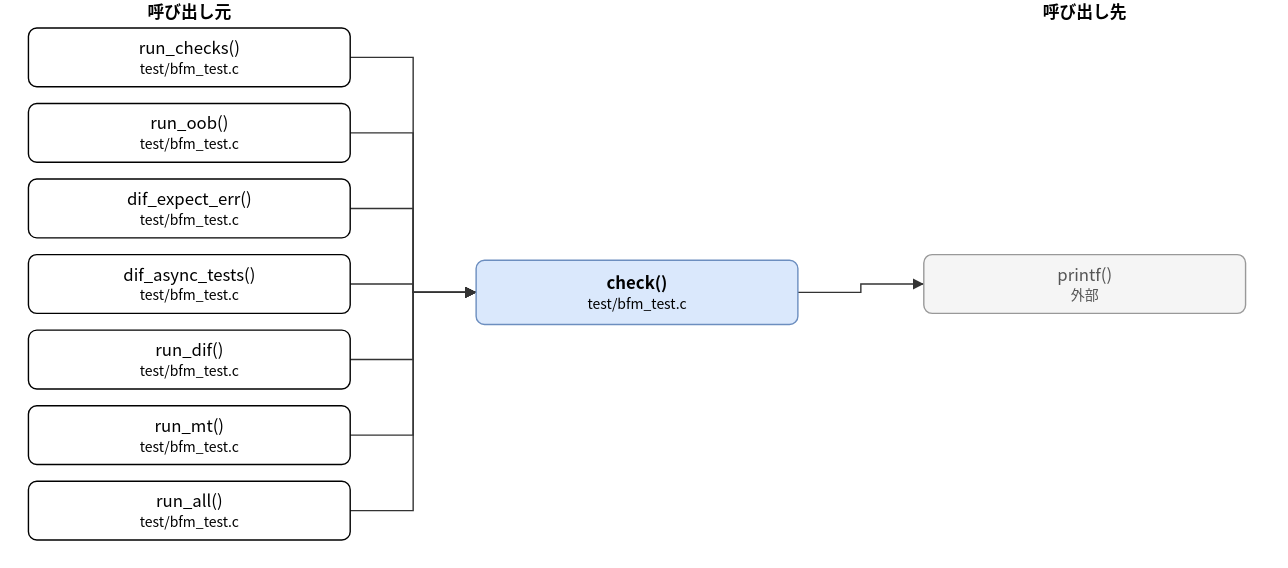
The draw.io diagram doc/spec/images/call_test_bfm_test-check.drawio.svg in hf355051012-ai/bfmem, before a commit. Source tidied: cells renumbered, new cells last; positions are measured from the earlier drawing's top-left corner, leaving out a move shared by most shapes.
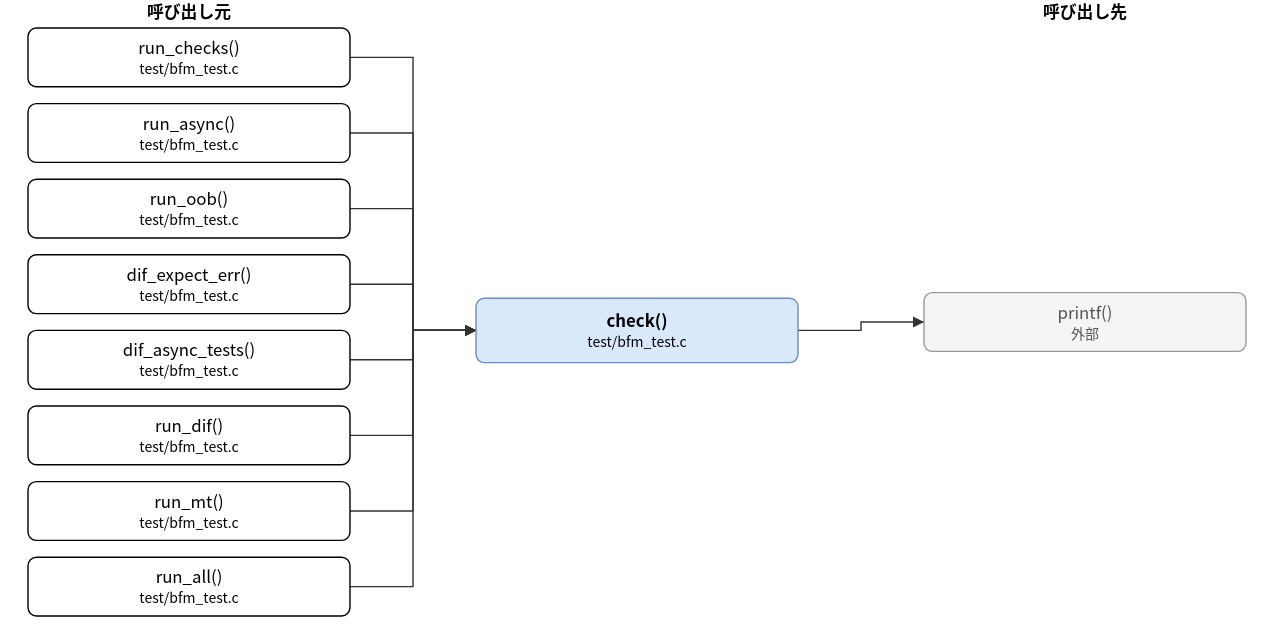
Above is the later version.

Change to the diagram source:
```diff
@@ -3,37 +3,40 @@
     <mxCell id="0" />
     <mxCell id="1" parent="0" />
     <mxCell id="2" value="check()&lt;br&gt;&lt;font style=&quot;font-size:10px&quot;&gt;test/bfm_test.c&lt;/font&gt;" style="rounded=1;whiteSpace=wrap;html=1;fillColor=#dae8fc;strokeColor=#6c8ebf;fontStyle=1;" parent="1" vertex="1">
-      <mxGeometry x="320" y="186" width="230" height="46" as="geometry" />
+      <mxGeometry x="320" y="213" width="230" height="46" as="geometry" />
     </mxCell>
     <mxCell id="3" value="run_checks()&lt;br&gt;&lt;font style=&quot;font-size:10px&quot;&gt;test/bfm_test.c&lt;/font&gt;" style="rounded=1;whiteSpace=wrap;html=1;" parent="1" vertex="1">
       <mxGeometry y="20" width="230" height="42" as="geometry" />
     </mxCell>
-    <mxCell id="4" value="run_oob()&lt;br&gt;&lt;font style=&quot;font-size:10px&quot;&gt;test/bfm_test.c&lt;/font&gt;" style="rounded=1;whiteSpace=wrap;html=1;" parent="1" vertex="1">
+    <mxCell id="4" value="run_async()&lt;br&gt;&lt;font style=&quot;font-size:10px&quot;&gt;test/bfm_test.c&lt;/font&gt;" style="rounded=1;whiteSpace=wrap;html=1;" parent="1" vertex="1">
       <mxGeometry y="74" width="230" height="42" as="geometry" />
     </mxCell>
-    <mxCell id="5" value="dif_expect_err()&lt;br&gt;&lt;font style=&quot;font-size:10px&quot;&gt;test/bfm_test.c&lt;/font&gt;" style="rounded=1;whiteSpace=wrap;html=1;" parent="1" vertex="1">
+    <mxCell id="5" value="run_oob()&lt;br&gt;&lt;font style=&quot;font-size:10px&quot;&gt;test/bfm_test.c&lt;/font&gt;" style="rounded=1;whiteSpace=wrap;html=1;" parent="1" vertex="1">
       <mxGeometry y="128" width="230" height="42" as="geometry" />
     </mxCell>
-    <mxCell id="6" value="dif_async_tests()&lt;br&gt;&lt;font style=&quot;font-size:10px&quot;&gt;test/bfm_test.c&lt;/font&gt;" style="rounded=1;whiteSpace=wrap;html=1;" parent="1" vertex="1">
+    <mxCell id="6" value="dif_expect_err()&lt;br&gt;&lt;font style=&quot;font-size:10px&quot;&gt;test/bfm_test.c&lt;/font&gt;" style="rounded=1;whiteSpace=wrap;html=1;" parent="1" vertex="1">
       <mxGeometry y="182" width="230" height="42" as="geometry" />
     </mxCell>
-    <mxCell id="7" value="run_dif()&lt;br&gt;&lt;font style=&quot;font-size:10px&quot;&gt;test/bfm_test.c&lt;/font&gt;" style="rounded=1;whiteSpace=wrap;html=1;" parent="1" vertex="1">
+    <mxCell id="7" value="dif_async_tests()&lt;br&gt;&lt;font style=&quot;font-size:10px&quot;&gt;test/bfm_test.c&lt;/font&gt;" style="rounded=1;whiteSpace=wrap;html=1;" parent="1" vertex="1">
       <mxGeometry y="236" width="230" height="42" as="geometry" />
     </mxCell>
-    <mxCell id="8" value="run_mt()&lt;br&gt;&lt;font style=&quot;font-size:10px&quot;&gt;test/bfm_test.c&lt;/font&gt;" style="rounded=1;whiteSpace=wrap;html=1;" parent="1" vertex="1">
+    <mxCell id="8" value="run_dif()&lt;br&gt;&lt;font style=&quot;font-size:10px&quot;&gt;test/bfm_test.c&lt;/font&gt;" style="rounded=1;whiteSpace=wrap;html=1;" parent="1" vertex="1">
       <mxGeometry y="290" width="230" height="42" as="geometry" />
     </mxCell>
-    <mxCell id="9" value="run_all()&lt;br&gt;&lt;font style=&quot;font-size:10px&quot;&gt;test/bfm_test.c&lt;/font&gt;" style="rounded=1;whiteSpace=wrap;html=1;" parent="1" vertex="1">
+    <mxCell id="9" value="run_mt()&lt;br&gt;&lt;font style=&quot;font-size:10px&quot;&gt;test/bfm_test.c&lt;/font&gt;" style="rounded=1;whiteSpace=wrap;html=1;" parent="1" vertex="1">
       <mxGeometry y="344" width="230" height="42" as="geometry" />
     </mxCell>
+    <mxCell id="21" value="run_all()&lt;br&gt;&lt;font style=&quot;font-size:10px&quot;&gt;test/bfm_test.c&lt;/font&gt;" style="rounded=1;whiteSpace=wrap;html=1;" parent="1" vertex="1">
+      <mxGeometry y="398" width="230" height="42" as="geometry" />
+    </mxCell>
     <mxCell id="10" value="printf()&lt;br&gt;&lt;font style=&quot;font-size:10px&quot;&gt;外部&lt;/font&gt;" style="rounded=1;whiteSpace=wrap;html=1;fillColor=#f5f5f5;strokeColor=#999999;fontColor=#555555;" parent="1" vertex="1">
-      <mxGeometry x="640" y="182" width="230" height="42" as="geometry" />
+      <mxGeometry x="640" y="209" width="230" height="42" as="geometry" />
     </mxCell>
     <mxCell id="11" style="edgeStyle=none;html=1;rounded=0;endArrow=block;endFill=1;exitX=1.0000;exitY=0.5000;exitDx=0;exitDy=0;exitPerimeter=0;entryX=0.0000;entryY=0.5000;entryDx=0;entryDy=0;entryPerimeter=0;" parent="1" edge="1" source="3" target="2">
       <mxGeometry relative="1" as="geometry">
         <Array as="points">
           <mxPoint x="275" y="41" />
-          <mxPoint x="275" y="209" />
+          <mxPoint x="275" y="236" />
         </Array>
       </mxGeometry>
     </mxCell>
@@ -41,7 +44,7 @@
       <mxGeometry relative="1" as="geometry">
         <Array as="points">
           <mxPoint x="275" y="95" />
-          <mxPoint x="275" y="209" />
+          <mxPoint x="275" y="236" />
         </Array>
       </mxGeometry>
     </mxCell>
@@ -49,7 +52,7 @@
       <mxGeometry relative="1" as="geometry">
         <Array as="points">
           <mxPoint x="275" y="149" />
-          <mxPoint x="275" y="209" />
+          <mxPoint x="275" y="236" />
         </Array>
       </mxGeometry>
     </mxCell>
@@ -57,7 +60,7 @@
       <mxGeometry relative="1" as="geometry">
         <Array as="points">
           <mxPoint x="275" y="203" />
-          <mxPoint x="275" y="209" />
+          <mxPoint x="275" y="236" />
         </Array>
       </mxGeometry>
     </mxCell>
@@ -65,7 +68,7 @@
       <mxGeometry relative="1" as="geometry">
         <Array as="points">
           <mxPoint x="275" y="257" />
-          <mxPoint x="275" y="209" />
+          <mxPoint x="275" y="236" />
         </Array>
       </mxGeometry>
     </mxCell>
@@ -73,7 +76,7 @@
       <mxGeometry relative="1" as="geometry">
         <Array as="points">
           <mxPoint x="275" y="311" />
-          <mxPoint x="275" y="209" />
+          <mxPoint x="275" y="236" />
         </Array>
       </mxGeometry>
     </mxCell>
@@ -81,18 +84,26 @@
       <mxGeometry relative="1" as="geometry">
         <Array as="points">
           <mxPoint x="275" y="365" />
-          <mxPoint x="275" y="209" />
+          <mxPoint x="275" y="236" />
         </Array>
       </mxGeometry>
     </mxCell>
-    <mxCell id="18" style="edgeStyle=none;html=1;rounded=0;endArrow=block;endFill=1;exitX=1.0000;exitY=0.5000;exitDx=0;exitDy=0;exitPerimeter=0;entryX=0.0000;entryY=0.5000;entryDx=0;entryDy=0;entryPerimeter=0;" parent="1" edge="1" source="2" target="10">
+    <mxCell id="18" style="edgeStyle=none;html=1;rounded=0;endArrow=block;endFill=1;exitX=1.0000;exitY=0.5000;exitDx=0;exitDy=0;exitPerimeter=0;entryX=0.0000;entryY=0.5000;entryDx=0;entryDy=0;entryPerimeter=0;" parent="1" edge="1" source="21" target="2">
       <mxGeometry relative="1" as="geometry">
         <Array as="points">
-          <mxPoint x="595" y="209" />
-          <mxPoint x="595" y="203" />
+          <mxPoint x="275" y="419" />
+          <mxPoint x="275" y="236" />
         </Array>
       </mxGeometry>
     </mxCell>
+    <mxCell id="22" style="edgeStyle=none;html=1;rounded=0;endArrow=block;endFill=1;exitX=1.0000;exitY=0.5000;exitDx=0;exitDy=0;exitPerimeter=0;entryX=0.0000;entryY=0.5000;entryDx=0;entryDy=0;entryPerimeter=0;" parent="1" edge="1" source="2" target="10">
+      <mxGeometry relative="1" as="geometry">
+        <Array as="points">
+          <mxPoint x="595" y="236" />
+          <mxPoint x="595" y="230" />
+        </Array>
+      </mxGeometry>
+    </mxCell>
     <mxCell id="19" value="呼び出し元" style="text;html=1;align=center;fontStyle=1;" parent="1" vertex="1">
       <mxGeometry x="35" width="160" height="18" as="geometry" />
     </mxCell>
```
